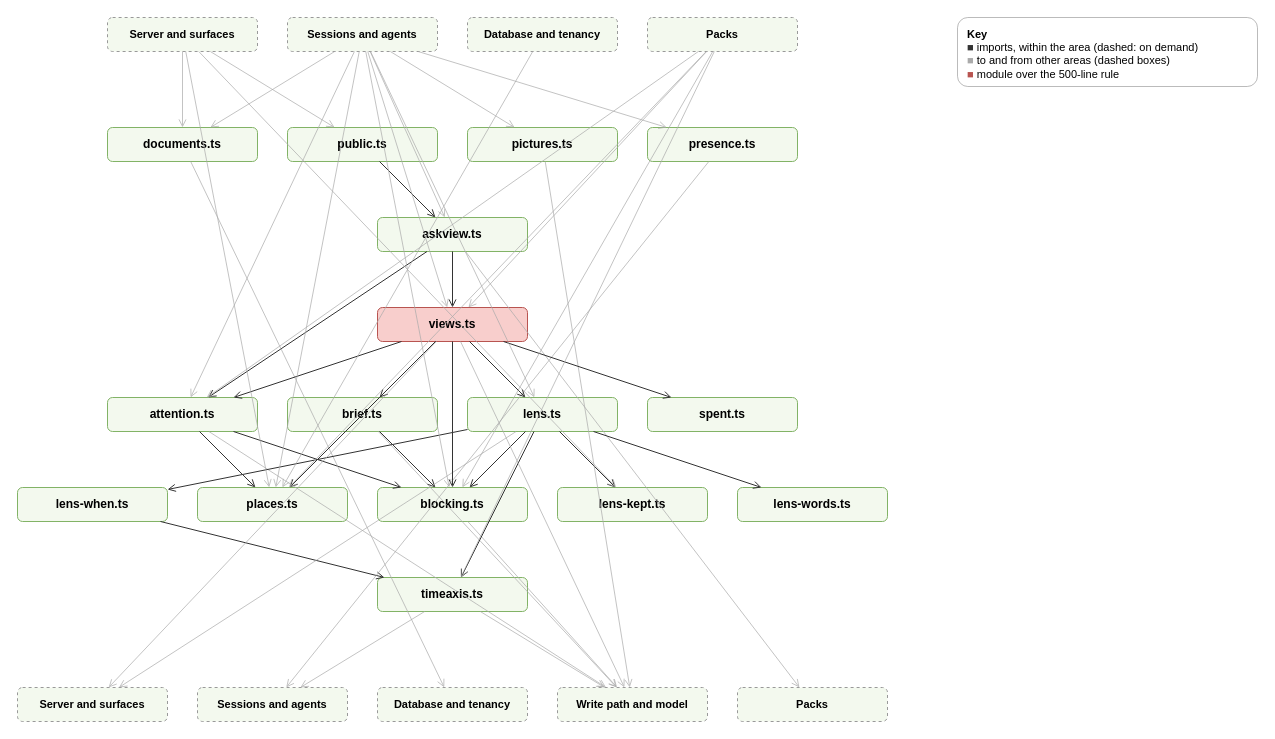
Before: page "Server: Views and lenses" (8 of 19) of docs/diagrams/modules.drawio in AlexReiner98/archipelago, a draw.io diagram. Source tidied: cells renumbered, new cells numbered last; positions are measured from the earlier drawing's top-left corner, leaving out a move shared by most shapes. Both pictures are drawn from the tidied source at 100%, with x=0, y=0 at pixel (17, 17).
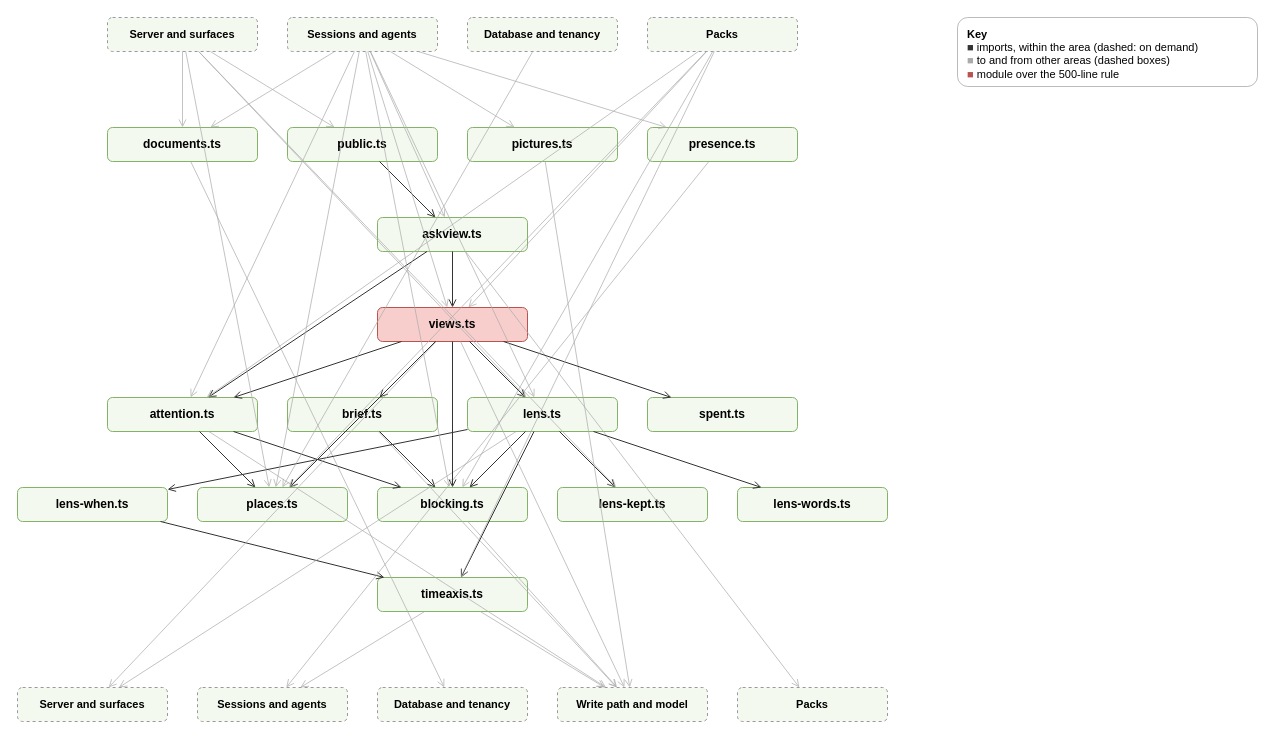
The same page after the edit.

The change refers to these unchanged cells:
```xml
<mxCell id="2" value="&lt;b&gt;Server and surfaces&lt;/b&gt;" style="rounded=1;html=1;whiteSpace=wrap;dashed=1;fontSize=11;fillColor=#f3f9ee;strokeColor=#999999;" parent="1" vertex="1">
  <mxGeometry x="90" width="150" height="34" as="geometry" />
</mxCell>
<mxCell id="14" value="lens.ts" style="rounded=1;html=1;whiteSpace=wrap;fontSize=12;fontStyle=1;fillColor=#f3f9ee;strokeColor=#82b366;" parent="1" vertex="1">
  <mxGeometry x="450" y="380" width="150" height="34" as="geometry" />
</mxCell>
```

Change to the diagram source:
```diff
@@
+    <mxCell id="77" style="html=1;endArrow=open;strokeColor=#aaaaaa;dashed=0;opacity=70;" parent="1" edge="1" source="2" target="14">
+      <mxGeometry relative="1" as="geometry" />
+    </mxCell>
```
